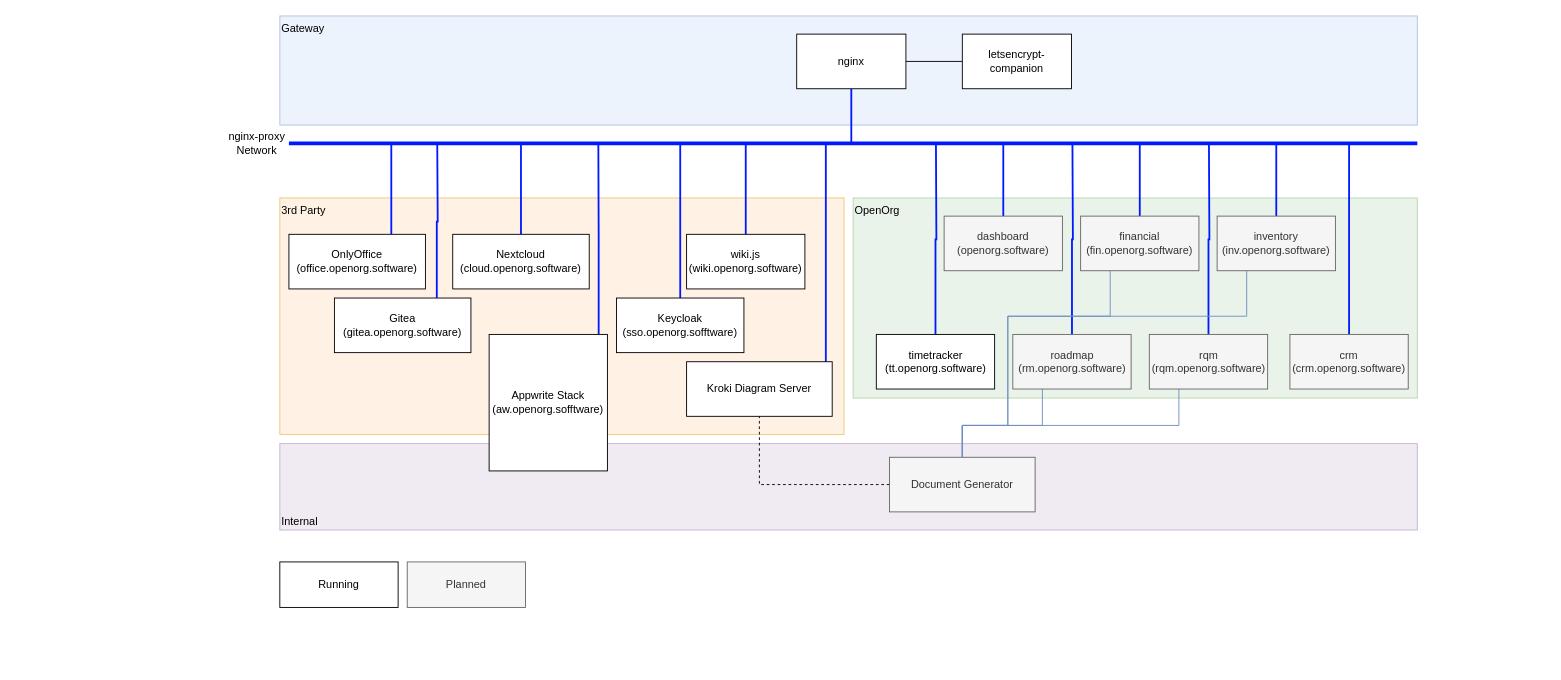
This is .drawings/overview.drawio from openorg-software/openorg-docker-compose, a draw.io file, before an edit. Source tidied: cells renumbered, new cells numbered last; positions are measured from the earlier drawing's top-left corner, leaving out a move shared by most shapes. Both pictures are drawn from the tidied source at 91%, with x=0, y=0 at pixel (225, 15).
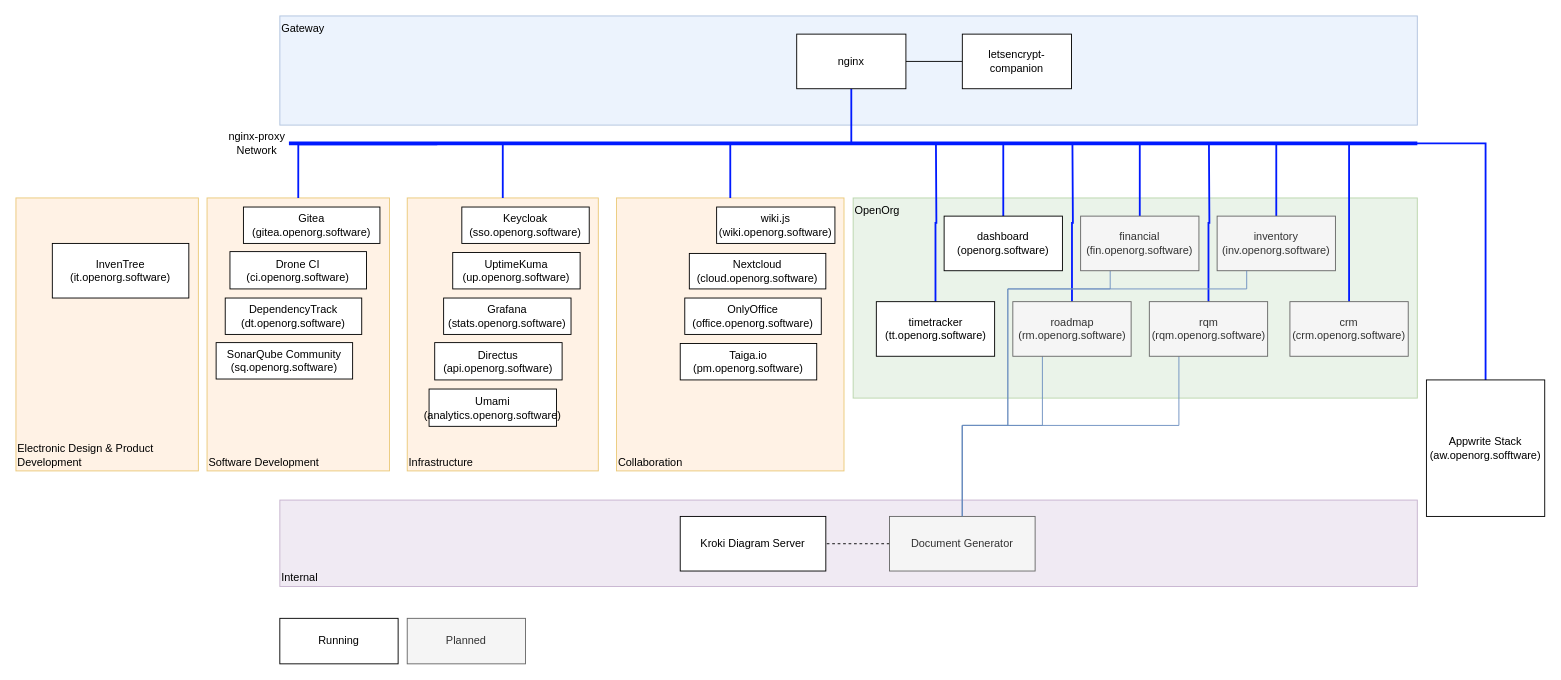
Above is the later version.

Unchanged cells that the change refers to:
```xml
<mxCell id="32" value="financial&lt;br&gt;(fin.openorg.software)" style="rounded=0;whiteSpace=wrap;html=1;fillColor=#f5f5f5;strokeColor=#666666;fontColor=#333333;" parent="1" vertex="1">
  <mxGeometry x="940" y="220" width="130" height="60" as="geometry" />
</mxCell>
<mxCell id="34" value="inventory&lt;br&gt;(inv.openorg.software)" style="rounded=0;whiteSpace=wrap;html=1;fillColor=#f5f5f5;strokeColor=#666666;fontColor=#333333;" parent="1" vertex="1">
  <mxGeometry x="1090" y="220" width="130" height="60" as="geometry" />
</mxCell>
```

Diff of the diagram source:
```diff
@@
+    <mxCell id="48" value="Software Development" style="rounded=0;whiteSpace=wrap;html=1;align=left;verticalAlign=bottom;opacity=50;fillColor=#ffe6cc;strokeColor=#d79b00;" parent="1" vertex="1">
+      <mxGeometry x="-20" y="200" width="200.5" height="300" as="geometry" />
+    </mxCell>
+    <mxCell id="49" value="Infrastructure" style="rounded=0;whiteSpace=wrap;html=1;align=left;verticalAlign=bottom;opacity=50;fillColor=#ffe6cc;strokeColor=#d79b00;" parent="1" vertex="1">
+      <mxGeometry x="200" y="200" width="210" height="300" as="geometry" />
+    </mxCell>
     <mxCell id="2" value="Internal" style="rounded=0;whiteSpace=wrap;html=1;align=left;verticalAlign=bottom;opacity=50;fillColor=#e1d5e7;strokeColor=#9673a6;" parent="1" vertex="1">
-      <mxGeometry x="60" y="470" width="1250" height="95" as="geometry" />
+      <mxGeometry x="60" y="532" width="1250" height="95" as="geometry" />
     </mxCell>
@@
-    <mxCell id="5" value="3rd Party" style="rounded=0;whiteSpace=wrap;html=1;align=left;verticalAlign=top;opacity=50;fillColor=#ffe6cc;strokeColor=#d79b00;" parent="1" vertex="1">
-      <mxGeometry x="60" y="200" width="620" height="260" as="geometry" />
+    <mxCell id="5" value="Collaboration" style="rounded=0;whiteSpace=wrap;html=1;align=left;verticalAlign=bottom;opacity=50;fillColor=#ffe6cc;strokeColor=#d79b00;" parent="1" vertex="1">
+      <mxGeometry x="430" y="200" width="250" height="300" as="geometry" />
     </mxCell>
-    <mxCell id="6" style="edgeStyle=orthogonalEdgeStyle;rounded=0;jettySize=auto;html=1;exitX=0.926;exitY=-0.004;exitDx=0;exitDy=0;endArrow=none;endFill=0;strokeColor=#001AFF;strokeWidth=2;exitPerimeter=0;" parent="1" edge="1" source="7">
+    <mxCell id="6" style="edgeStyle=orthogonalEdgeStyle;rounded=0;jettySize=auto;html=1;endArrow=none;endFill=0;strokeColor=#001AFF;strokeWidth=2;exitX=0.5;exitY=0;exitDx=0;exitDy=0;" parent="1" edge="1" source="7">
       <mxGeometry relative="1" as="geometry">
         <mxPoint x="410" y="140" as="targetPoint" />
+        <Array as="points">
+          <mxPoint x="1385" y="140" />
+        </Array>
       </mxGeometry>
     </mxCell>
     <mxCell id="7" value="Appwrite Stack&lt;br&gt;(aw.openorg.sofftware)" style="rounded=0;whiteSpace=wrap;html=1;" parent="1" vertex="1">
-      <mxGeometry x="290" y="350" width="130" height="150" as="geometry" />
+      <mxGeometry x="1320" y="400" width="130" height="150" as="geometry" />
     </mxCell>
@@
     <mxCell id="9" value="timetracker&lt;br&gt;(tt.openorg.software)" style="rounded=0;whiteSpace=wrap;html=1;" parent="1" vertex="1">
-      <mxGeometry x="715.5" y="350" width="130" height="60" as="geometry" />
+      <mxGeometry x="715.5" y="314" width="130" height="60" as="geometry" />
     </mxCell>
@@
-    <mxCell id="14" style="edgeStyle=orthogonalEdgeStyle;rounded=0;jettySize=auto;html=1;exitX=0.5;exitY=0;exitDx=0;exitDy=0;endArrow=none;endFill=0;strokeColor=#001AFF;strokeWidth=2;" parent="1" edge="1" source="15">
+    <mxCell id="14" style="edgeStyle=orthogonalEdgeStyle;rounded=0;jettySize=auto;html=1;exitX=0.5;exitY=0;exitDx=0;exitDy=0;endArrow=none;endFill=0;strokeColor=#001AFF;strokeWidth=2;" parent="1" edge="1" source="49">
       <mxGeometry relative="1" as="geometry">
         <mxPoint x="500" y="140" as="targetPoint" />
         <Array as="points">
-          <mxPoint x="500" y="160" />
+          <mxPoint x="305" y="140" />
         </Array>
       </mxGeometry>
     </mxCell>
-    <mxCell id="15" value="Keycloak&lt;br&gt;(sso.openorg.sofftware)" style="rounded=0;whiteSpace=wrap;html=1;" parent="1" vertex="1">
-      <mxGeometry x="430" y="310" width="140" height="60" as="geometry" />
+    <mxCell id="15" value="Keycloak&lt;br&gt;(sso.openorg.software)" style="rounded=0;whiteSpace=wrap;html=1;" parent="1" vertex="1">
+      <mxGeometry x="260" y="210" width="140" height="40" as="geometry" />
     </mxCell>
-    <mxCell id="16" style="edgeStyle=orthogonalEdgeStyle;rounded=0;orthogonalLoop=1;jettySize=auto;html=1;strokeColor=#001AFF;endArrow=none;endFill=0;strokeWidth=2;" parent="1" edge="1">
-      <mxGeometry relative="1" as="geometry">
-        <mxPoint x="660" y="430" as="sourcePoint" />
-        <mxPoint x="660" y="140" as="targetPoint" />
-      </mxGeometry>
-    </mxCell>
     <mxCell id="17" value="Kroki Diagram Server" style="rounded=0;whiteSpace=wrap;html=1;" parent="1" vertex="1">
-      <mxGeometry x="507" y="380" width="160" height="60" as="geometry" />
+      <mxGeometry x="500" y="550" width="160" height="60" as="geometry" />
     </mxCell>
@@
     <mxCell id="20" value="roadmap&lt;br&gt;(rm.openorg.software)" style="rounded=0;whiteSpace=wrap;html=1;fillColor=#f5f5f5;strokeColor=#666666;fontColor=#333333;" parent="1" vertex="1">
-      <mxGeometry x="865.5" y="350" width="130" height="60" as="geometry" />
+      <mxGeometry x="865.5" y="314" width="130" height="60" as="geometry" />
     </mxCell>
@@
     <mxCell id="23" value="rqm&lt;br&gt;(rqm.openorg.software)" style="rounded=0;whiteSpace=wrap;html=1;fillColor=#f5f5f5;strokeColor=#666666;fontColor=#333333;" parent="1" vertex="1">
-      <mxGeometry x="1015.5" y="350" width="130" height="60" as="geometry" />
+      <mxGeometry x="1015.5" y="314" width="130" height="60" as="geometry" />
     </mxCell>
@@
-    <mxCell id="25" value="dashboard&lt;br&gt;(openorg.software)" style="rounded=0;whiteSpace=wrap;html=1;sketch=0;glass=0;fillColor=#f5f5f5;strokeColor=#666666;fontColor=#333333;" parent="1" vertex="1">
+    <mxCell id="25" value="dashboard&lt;br&gt;(openorg.software)" style="rounded=0;whiteSpace=wrap;html=1;sketch=0;glass=0;" parent="1" vertex="1">
       <mxGeometry x="790" y="220" width="130" height="60" as="geometry" />
     </mxCell>
@@
     <mxCell id="27" value="crm&lt;br&gt;(crm.openorg.software)" style="rounded=0;whiteSpace=wrap;html=1;fillColor=#f5f5f5;strokeColor=#666666;fontColor=#333333;" parent="1" vertex="1">
-      <mxGeometry x="1170" y="350" width="130" height="60" as="geometry" />
+      <mxGeometry x="1170" y="314" width="130" height="60" as="geometry" />
     </mxCell>
     <mxCell id="28" value="Running" style="rounded=0;whiteSpace=wrap;html=1;" parent="1" vertex="1">
-      <mxGeometry x="60" y="600" width="130" height="50" as="geometry" />
+      <mxGeometry x="60" y="662" width="130" height="50" as="geometry" />
     </mxCell>
     <mxCell id="29" value="Planned" style="rounded=0;whiteSpace=wrap;html=1;fillColor=#f5f5f5;strokeColor=#666666;fontColor=#333333;" parent="1" vertex="1">
-      <mxGeometry x="200" y="600" width="130" height="50" as="geometry" />
+      <mxGeometry x="200" y="662" width="130" height="50" as="geometry" />
     </mxCell>
     <mxCell id="30" style="edgeStyle=orthogonalEdgeStyle;rounded=0;jettySize=auto;html=1;exitX=0.25;exitY=1;exitDx=0;exitDy=0;endArrow=none;endFill=0;fillColor=#dae8fc;strokeColor=#6c8ebf;entryX=0.5;entryY=0;entryDx=0;entryDy=0;" parent="1" edge="1" source="32" target="36">
       <mxGeometry relative="1" as="geometry">
         <Array as="points">
-          <mxPoint x="972" y="330" />
-          <mxPoint x="860" y="330" />
+          <mxPoint x="973" y="300" />
+          <mxPoint x="860" y="300" />
           <mxPoint x="860" y="450" />
           <mxPoint x="810" y="450" />
         </Array>
       </mxGeometry>
     </mxCell>
@@
-    <mxCell id="35" style="edgeStyle=orthogonalEdgeStyle;rounded=0;jettySize=auto;html=1;exitX=0;exitY=0.5;exitDx=0;exitDy=0;entryX=0.5;entryY=1;entryDx=0;entryDy=0;endArrow=none;endFill=0;dashed=1;" parent="1" edge="1" source="36" target="17">
+    <mxCell id="35" style="edgeStyle=orthogonalEdgeStyle;rounded=0;jettySize=auto;html=1;exitX=0;exitY=0.5;exitDx=0;exitDy=0;entryX=1;entryY=0.5;entryDx=0;entryDy=0;endArrow=none;endFill=0;dashed=1;" parent="1" edge="1" source="36" target="17">
       <mxGeometry relative="1" as="geometry" />
     </mxCell>
     <mxCell id="36" value="Document Generator" style="rounded=0;whiteSpace=wrap;html=1;fillColor=#f5f5f5;strokeColor=#666666;fontColor=#333333;" parent="1" vertex="1">
-      <mxGeometry x="730" y="485" width="160" height="60" as="geometry" />
+      <mxGeometry x="730" y="550" width="160" height="60" as="geometry" />
     </mxCell>
-    <mxCell id="37" style="edgeStyle=orthogonalEdgeStyle;rounded=0;jettySize=auto;html=1;exitX=0.5;exitY=0;exitDx=0;exitDy=0;endArrow=none;endFill=0;strokeColor=#001AFF;strokeWidth=2;" parent="1" edge="1" source="38">
+    <mxCell id="37" style="edgeStyle=orthogonalEdgeStyle;rounded=0;jettySize=auto;html=1;exitX=0.5;exitY=0;exitDx=0;exitDy=0;endArrow=none;endFill=0;strokeColor=#001AFF;strokeWidth=2;" parent="1" edge="1" source="5">
       <mxGeometry relative="1" as="geometry">
         <mxPoint x="572" y="140" as="targetPoint" />
+        <Array as="points">
+          <mxPoint x="555" y="140" />
+        </Array>
       </mxGeometry>
     </mxCell>
     <mxCell id="38" value="wiki.js&lt;br&gt;(wiki.openorg.software)" style="rounded=0;whiteSpace=wrap;html=1;" parent="1" vertex="1">
-      <mxGeometry x="507" y="240" width="130" height="60" as="geometry" />
+      <mxGeometry x="540" y="210" width="130" height="40" as="geometry" />
     </mxCell>
     <mxCell id="39" style="edgeStyle=orthogonalEdgeStyle;rounded=0;jettySize=auto;html=1;exitX=0.25;exitY=1;exitDx=0;exitDy=0;endArrow=none;endFill=0;fillColor=#dae8fc;strokeColor=#6c8ebf;entryX=0.5;entryY=0;entryDx=0;entryDy=0;" parent="1" edge="1" source="34" target="36">
       <mxGeometry relative="1" as="geometry">
         <Array as="points">
-          <mxPoint x="1122" y="330" />
-          <mxPoint x="860" y="330" />
+          <mxPoint x="1123" y="300" />
+          <mxPoint x="860" y="300" />
           <mxPoint x="860" y="450" />
           <mxPoint x="810" y="450" />
         </Array>
       </mxGeometry>
     </mxCell>
-    <mxCell id="40" style="edgeStyle=orthogonalEdgeStyle;rounded=0;jettySize=auto;html=1;exitX=0.5;exitY=0;exitDx=0;exitDy=0;strokeColor=#001AFF;strokeWidth=2;endArrow=none;endFill=0;" parent="1" edge="1" source="41">
-      <mxGeometry relative="1" as="geometry">
-        <mxPoint x="355" y="140" as="targetPoint" />
-        <Array as="points">
-          <mxPoint x="355" y="140" />
-        </Array>
-      </mxGeometry>
-    </mxCell>
     <mxCell id="41" value="Nextcloud&lt;br&gt;(cloud.openorg.software)" style="rounded=0;whiteSpace=wrap;html=1;" parent="1" vertex="1">
-      <mxGeometry x="250" y="240" width="150" height="60" as="geometry" />
+      <mxGeometry x="510" y="261" width="150" height="39" as="geometry" />
     </mxCell>
-    <mxCell id="42" style="edgeStyle=orthogonalEdgeStyle;rounded=0;jettySize=auto;html=1;exitX=0.75;exitY=0;exitDx=0;exitDy=0;endArrow=none;endFill=0;strokeColor=#001AFF;strokeWidth=2;" parent="1" edge="1" source="43">
-      <mxGeometry relative="1" as="geometry">
-        <mxPoint x="195" y="140" as="targetPoint" />
-        <Array as="points">
-          <mxPoint x="183" y="140" />
-        </Array>
-      </mxGeometry>
-    </mxCell>
     <mxCell id="43" value="OnlyOffice&lt;br&gt;(office.openorg.software)" style="rounded=0;whiteSpace=wrap;html=1;" parent="1" vertex="1">
-      <mxGeometry x="70" y="240" width="150" height="60" as="geometry" />
+      <mxGeometry x="505" y="310" width="150" height="40" as="geometry" />
     </mxCell>
@@
     <mxCell id="46" value="Gitea&lt;br&gt;(gitea.openorg.software)" style="rounded=0;whiteSpace=wrap;html=1;" parent="1" vertex="1">
-      <mxGeometry x="120" y="310" width="150" height="60" as="geometry" />
+      <mxGeometry x="20" y="210" width="150" height="40" as="geometry" />
     </mxCell>
-    <mxCell id="47" style="edgeStyle=orthogonalEdgeStyle;rounded=0;jettySize=auto;html=1;exitX=0.75;exitY=0;exitDx=0;exitDy=0;endArrow=none;endFill=0;strokeColor=#001AFF;strokeWidth=2;" parent="1" edge="1" source="46">
+    <mxCell id="47" style="edgeStyle=orthogonalEdgeStyle;rounded=0;jettySize=auto;html=1;exitX=0.5;exitY=0;exitDx=0;exitDy=0;endArrow=none;endFill=0;strokeColor=#001AFF;strokeWidth=2;" parent="1" edge="1" source="48">
       <mxGeometry relative="1" as="geometry">
         <mxPoint x="233" y="141" as="targetPoint" />
+        <Array as="points">
+          <mxPoint x="80" y="141" />
+        </Array>
       </mxGeometry>
     </mxCell>
+    <mxCell id="50" value="Drone CI&lt;br&gt;(ci.openorg.software)" style="rounded=0;whiteSpace=wrap;html=1;" parent="1" vertex="1">
+      <mxGeometry x="5.2" y="259" width="150" height="41" as="geometry" />
+    </mxCell>
+    <mxCell id="51" value="Electronic Design &amp;amp; Product Development" style="rounded=0;whiteSpace=wrap;html=1;align=left;verticalAlign=bottom;opacity=50;fillColor=#ffe6cc;strokeColor=#d79b00;" parent="1" vertex="1">
+      <mxGeometry x="-230" y="200" width="200.5" height="300" as="geometry" />
+    </mxCell>
+    <mxCell id="52" value="DependencyTrack&lt;br&gt;(dt.openorg.software)" style="rounded=0;whiteSpace=wrap;html=1;" parent="1" vertex="1">
+      <mxGeometry y="310" width="150" height="40" as="geometry" />
+    </mxCell>
+    <mxCell id="53" value="SonarQube Community&lt;br&gt;(sq.openorg.software)" style="rounded=0;whiteSpace=wrap;html=1;" parent="1" vertex="1">
+      <mxGeometry x="-10" y="359" width="150" height="40" as="geometry" />
+    </mxCell>
+    <mxCell id="54" value="InvenTree&lt;br&gt;(it.openorg.software)" style="rounded=0;whiteSpace=wrap;html=1;" parent="1" vertex="1">
+      <mxGeometry x="-190" y="250" width="150" height="60" as="geometry" />
+    </mxCell>
+    <mxCell id="55" value="UptimeKuma&lt;br&gt;(up.openorg.software)" style="rounded=0;whiteSpace=wrap;html=1;" parent="1" vertex="1">
+      <mxGeometry x="250" y="260" width="140" height="40" as="geometry" />
+    </mxCell>
+    <mxCell id="56" value="Grafana&lt;br&gt;(stats.openorg.software)" style="rounded=0;whiteSpace=wrap;html=1;" parent="1" vertex="1">
+      <mxGeometry x="240" y="310" width="140" height="40" as="geometry" />
+    </mxCell>
+    <mxCell id="57" value="Directus&lt;br&gt;(api.openorg.software)" style="rounded=0;whiteSpace=wrap;html=1;" parent="1" vertex="1">
+      <mxGeometry x="230.2" y="359" width="140" height="41" as="geometry" />
+    </mxCell>
+    <mxCell id="58" value="Umami&lt;br&gt;(analytics.openorg.software)" style="rounded=0;whiteSpace=wrap;html=1;" parent="1" vertex="1">
+      <mxGeometry x="224" y="410" width="140" height="41" as="geometry" />
+    </mxCell>
+    <mxCell id="59" value="Taiga.io&lt;br&gt;(pm.openorg.software)" style="rounded=0;whiteSpace=wrap;html=1;" parent="1" vertex="1">
+      <mxGeometry x="500" y="360" width="150" height="40" as="geometry" />
+    </mxCell>
```
